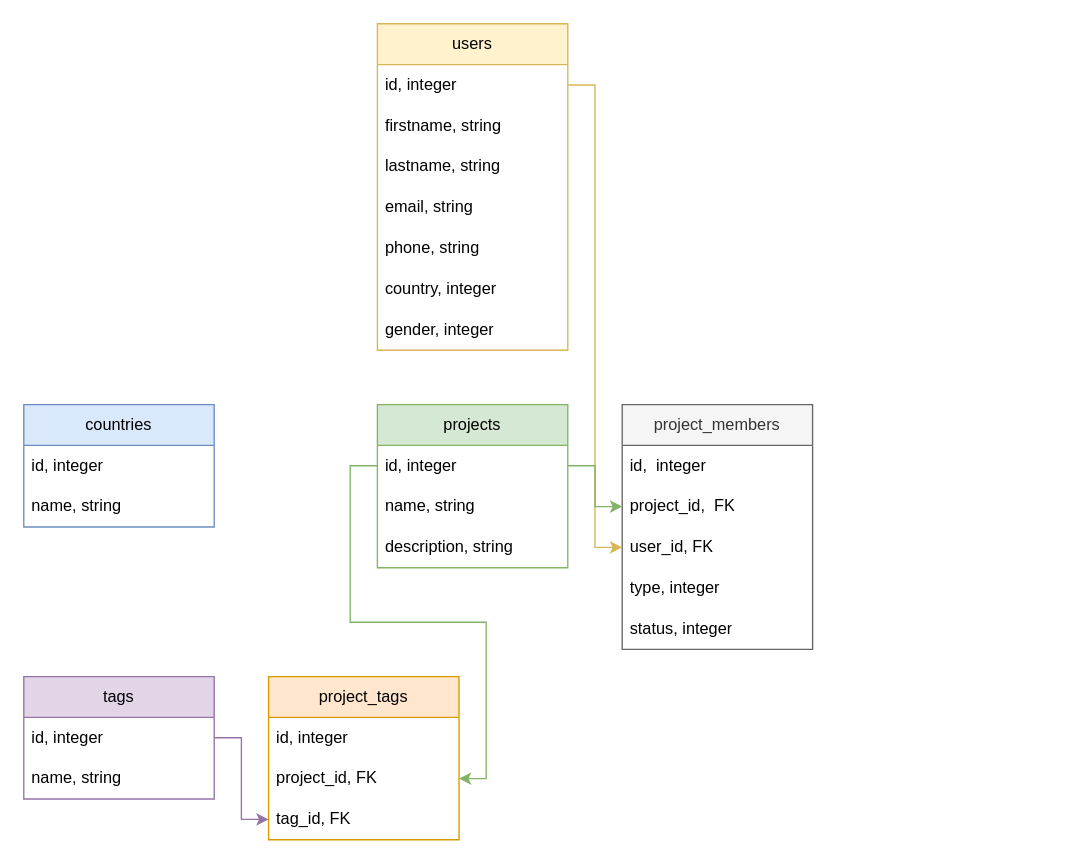
Above: Untitled Diagram.drawio in Ahmadrameen/Ahmadrameen (draw.io), before the change. Source tidied: cells renumbered, new cells numbered last; positions are measured from the earlier drawing's top-left corner, leaving out a move shared by most shapes. Both pictures are drawn from the tidied source at 136%, with x=0, y=0 at pixel (23, 23).
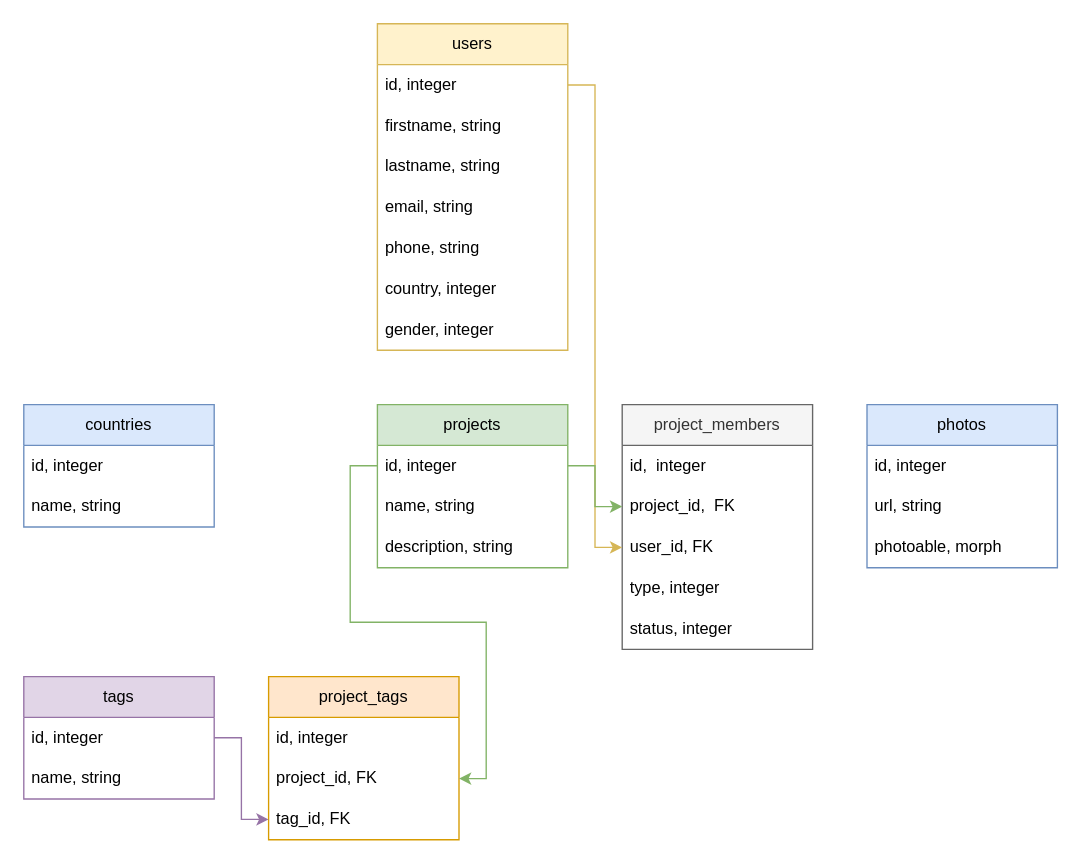
Above is the later version.

What changed in the source:
```diff
@@
+    <mxCell id="34" value="photos" style="swimlane;fontStyle=0;horizontal=1;startSize=30;whiteSpace=wrap;html=1;fillColor=#dae8fc;strokeColor=#6c8ebf;" parent="1" vertex="1">
+      <mxGeometry x="620" y="280" width="140" height="120" as="geometry" />
+    </mxCell>
+    <mxCell id="35" value="id, integer" style="text;strokeColor=none;fillColor=none;align=left;verticalAlign=middle;spacingLeft=4;spacingRight=4;overflow=hidden;whiteSpace=wrap;html=1;" parent="34" vertex="1">
+      <mxGeometry y="30" width="140" height="30" as="geometry" />
+    </mxCell>
+    <mxCell id="36" value="url, string" style="text;strokeColor=none;fillColor=none;align=left;verticalAlign=middle;spacingLeft=4;spacingRight=4;overflow=hidden;whiteSpace=wrap;html=1;" parent="34" vertex="1">
+      <mxGeometry y="60" width="140" height="30" as="geometry" />
+    </mxCell>
+    <mxCell id="37" value="photoable, morph" style="text;strokeColor=none;fillColor=none;align=left;verticalAlign=middle;spacingLeft=4;spacingRight=4;overflow=hidden;whiteSpace=wrap;html=1;" parent="34" vertex="1">
+      <mxGeometry y="90" width="140" height="30" as="geometry" />
+    </mxCell>
```
